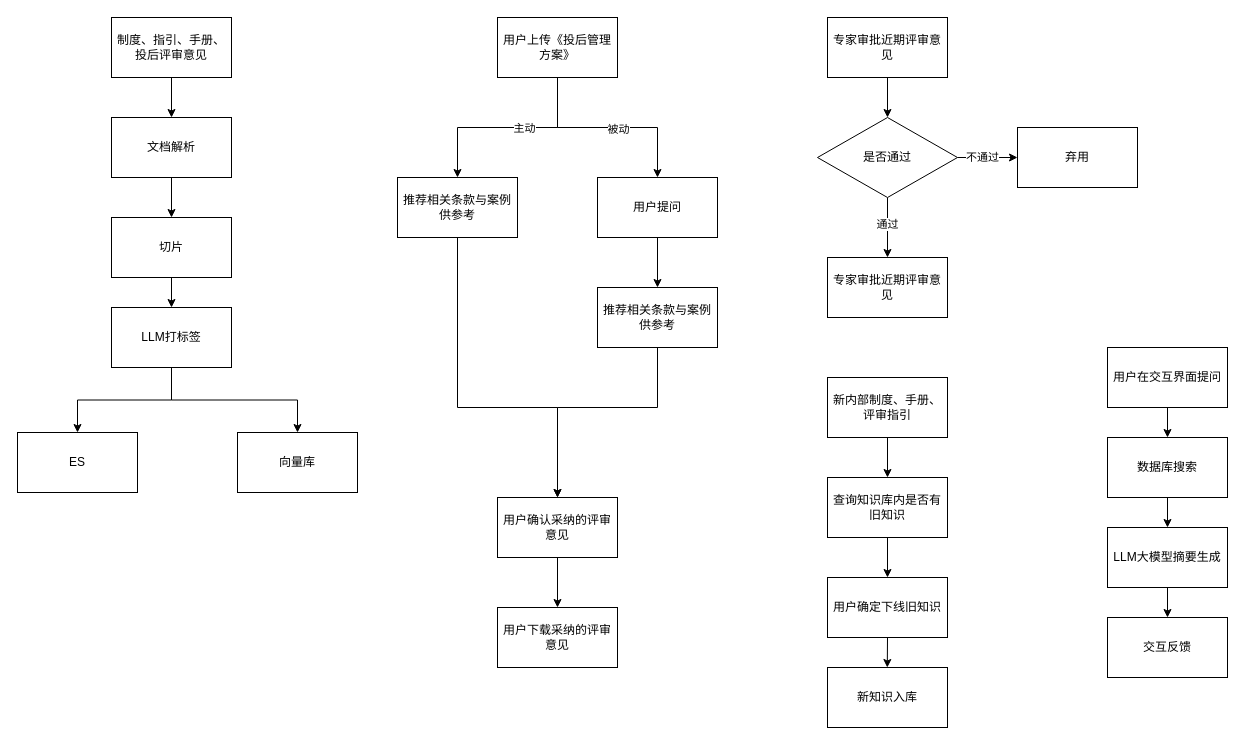
Above: 未命名绘图.drawio in archwolf118/AI (draw.io), before the change. Source tidied: cells renumbered, new cells numbered last; positions are measured from the earlier drawing's top-left corner, leaving out a move shared by most shapes. Both pictures are drawn from the tidied source at 100%, with x=0, y=0 at pixel (17, 17).
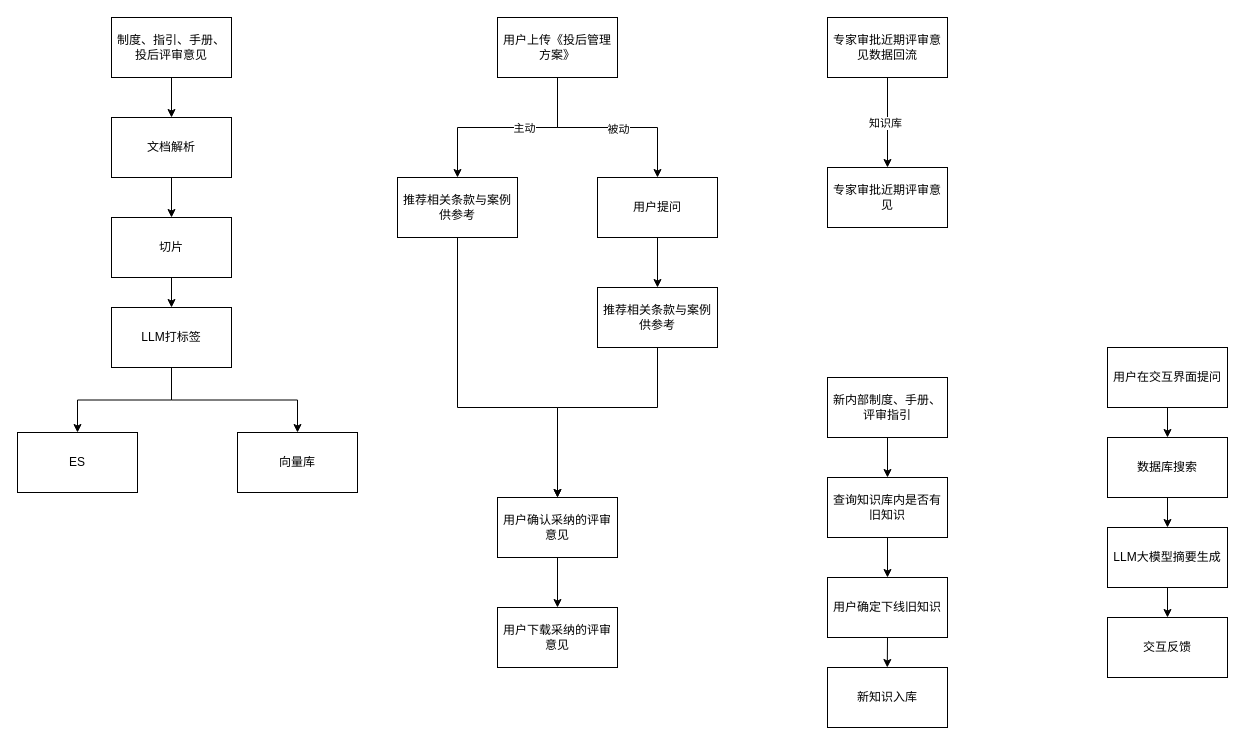
Above is the later version.

Commit message:
更新未命名绘图.drawio

Diff of the diagram source:
```diff
@@
-    <mxCell id="27" style="edgeStyle=orthogonalEdgeStyle;rounded=0;jettySize=auto;html=1;exitX=0.5;exitY=1;exitDx=0;exitDy=0;entryX=0.5;entryY=0;entryDx=0;entryDy=0;" parent="1" edge="1" source="28" target="33">
+    <mxCell id="27" style="edgeStyle=orthogonalEdgeStyle;rounded=0;jettySize=auto;html=1;exitX=0.5;exitY=1;exitDx=0;exitDy=0;entryX=0.5;entryY=0;entryDx=0;entryDy=0;" parent="1" edge="1" source="28" target="35">
       <mxGeometry relative="1" as="geometry" />
     </mxCell>
+    <mxCell id="50" value="知识库" style="edgeLabel;html=1;align=center;verticalAlign=middle;" parent="27" vertex="1">
+      <mxGeometry x="-0.01" y="-3" relative="1" as="geometry" />
+    </mxCell>
-    <mxCell id="28" value="专家审批近期评审意见" style="rounded=0;whiteSpace=wrap;html=1;" parent="1" vertex="1">
+    <mxCell id="28" value="专家审批近期评审意见数据回流" style="rounded=0;whiteSpace=wrap;html=1;" parent="1" vertex="1">
       <mxGeometry x="810" width="120" height="60" as="geometry" />
     </mxCell>
-    <mxCell id="29" style="edgeStyle=orthogonalEdgeStyle;rounded=0;jettySize=auto;html=1;exitX=1;exitY=0.5;exitDx=0;exitDy=0;entryX=0;entryY=0.5;entryDx=0;entryDy=0;" parent="1" edge="1" source="33" target="34">
-      <mxGeometry relative="1" as="geometry" />
-    </mxCell>
-    <mxCell id="30" value="不通过" style="edgeLabel;html=1;align=center;verticalAlign=middle;" parent="29" vertex="1">
-      <mxGeometry x="-0.2" y="1" relative="1" as="geometry" />
-    </mxCell>
-    <mxCell id="31" style="edgeStyle=orthogonalEdgeStyle;rounded=0;jettySize=auto;html=1;exitX=0.5;exitY=1;exitDx=0;exitDy=0;entryX=0.5;entryY=0;entryDx=0;entryDy=0;" parent="1" edge="1" source="33" target="35">
-      <mxGeometry relative="1" as="geometry" />
-    </mxCell>
-    <mxCell id="32" value="通过" style="edgeLabel;html=1;align=center;verticalAlign=middle;" parent="31" vertex="1">
-      <mxGeometry x="-0.15" y="-1" relative="1" as="geometry" />
-    </mxCell>
-    <mxCell id="33" value="是否通过" style="rhombus;whiteSpace=wrap;html=1;" parent="1" vertex="1">
-      <mxGeometry x="800" y="100" width="140" height="80" as="geometry" />
-    </mxCell>
-    <mxCell id="34" value="弃用" style="rounded=0;whiteSpace=wrap;html=1;" parent="1" vertex="1">
-      <mxGeometry x="1000" y="110" width="120" height="60" as="geometry" />
-    </mxCell>
     <mxCell id="35" value="专家审批近期评审意见" style="rounded=0;whiteSpace=wrap;html=1;" parent="1" vertex="1">
-      <mxGeometry x="810" y="240" width="120" height="60" as="geometry" />
+      <mxGeometry x="810" y="150" width="120" height="60" as="geometry" />
     </mxCell>
```
